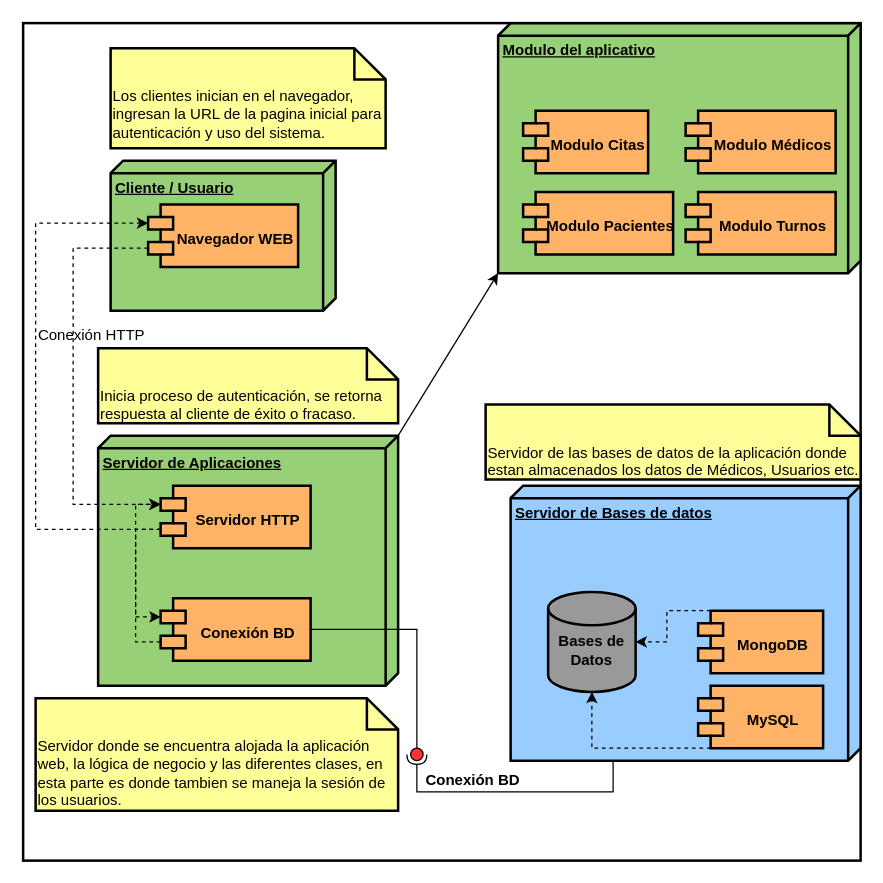
Above: page "DIAGRAMA-COMPONENTES" (8 of 8) of SGHC.drawio in julian20568/repo-Prueba (draw.io), before the change. Source tidied: cells renumbered, new cells numbered last; positions are measured from the earlier drawing's top-left corner, leaving out a move shared by most shapes. Both pictures are drawn from the tidied source at 125%, with x=0, y=0 at pixel (22, 22).
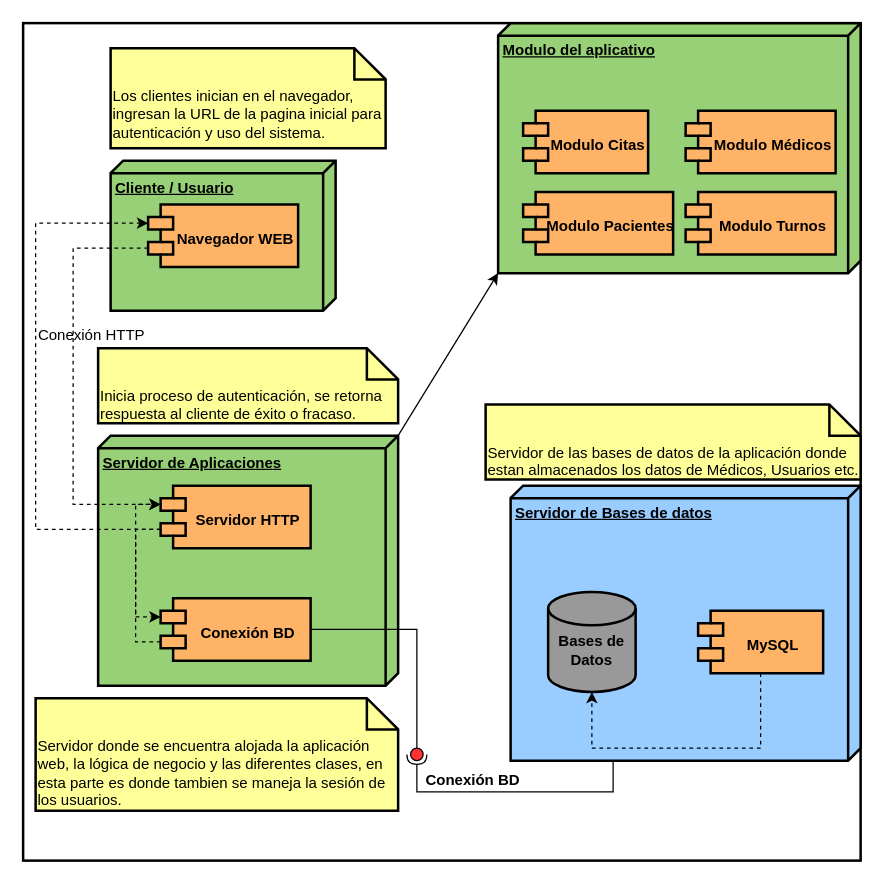
The same diagram, later.

Unchanged cells that the change refers to:
```xml
<mxCell id="17" value="&lt;br&gt;&lt;b&gt;Bases de Datos&lt;/b&gt;" style="strokeWidth=2;html=1;shape=mxgraph.flowchart.database;whiteSpace=wrap;fillColor=#999999;" parent="1" vertex="1">
  <mxGeometry x="420" y="455" width="70" height="80" as="geometry" />
</mxCell>
```

What changed in the source:
```diff
@@
-    <mxCell id="18" style="edgeStyle=orthogonalEdgeStyle;rounded=0;jettySize=auto;html=1;exitX=0;exitY=1;exitDx=10;exitDy=0;exitPerimeter=0;entryX=0.5;entryY=1;entryDx=0;entryDy=0;entryPerimeter=0;endArrow=classic;endFill=1;dashed=1;" parent="1" edge="1" source="19" target="17">
+    <mxCell id="18" style="edgeStyle=orthogonalEdgeStyle;rounded=0;jettySize=auto;html=1;exitX=0.5;exitY=1;exitDx=0;exitDy=0;entryX=0.5;entryY=1;entryDx=0;entryDy=0;entryPerimeter=0;endArrow=classic;endFill=1;dashed=1;" parent="1" edge="1" source="19" target="17">
       <mxGeometry relative="1" as="geometry">
         <Array as="points">
+          <mxPoint x="590" y="580" />
           <mxPoint x="455" y="580" />
         </Array>
       </mxGeometry>
     </mxCell>
     <mxCell id="19" value="&#10;MySQL" style="shape=module;align=left;spacingLeft=20;align=center;verticalAlign=top;strokeColor=#000000;strokeWidth=2;fillColor=#FFB366;fontStyle=1;" parent="1" vertex="1">
-      <mxGeometry x="540" y="530" width="100" height="50" as="geometry" />
+      <mxGeometry x="540" y="470" width="100" height="50" as="geometry" />
     </mxCell>
-    <mxCell id="20" style="edgeStyle=orthogonalEdgeStyle;rounded=0;jettySize=auto;html=1;exitX=0;exitY=0;exitDx=10;exitDy=0;exitPerimeter=0;entryX=1;entryY=0.5;entryDx=0;entryDy=0;entryPerimeter=0;dashed=1;endArrow=classic;endFill=1;" parent="1" edge="1" source="21" target="17">
-      <mxGeometry relative="1" as="geometry">
-        <Array as="points">
-          <mxPoint x="515" y="470" />
-          <mxPoint x="515" y="495" />
-        </Array>
-      </mxGeometry>
-    </mxCell>
-    <mxCell id="21" value="&#10;MongoDB" style="shape=module;align=left;spacingLeft=20;align=center;verticalAlign=top;strokeColor=#000000;strokeWidth=2;fillColor=#FFB366;fontStyle=1;" parent="1" vertex="1">
-      <mxGeometry x="540" y="470" width="100" height="50" as="geometry" />
-    </mxCell>
```
